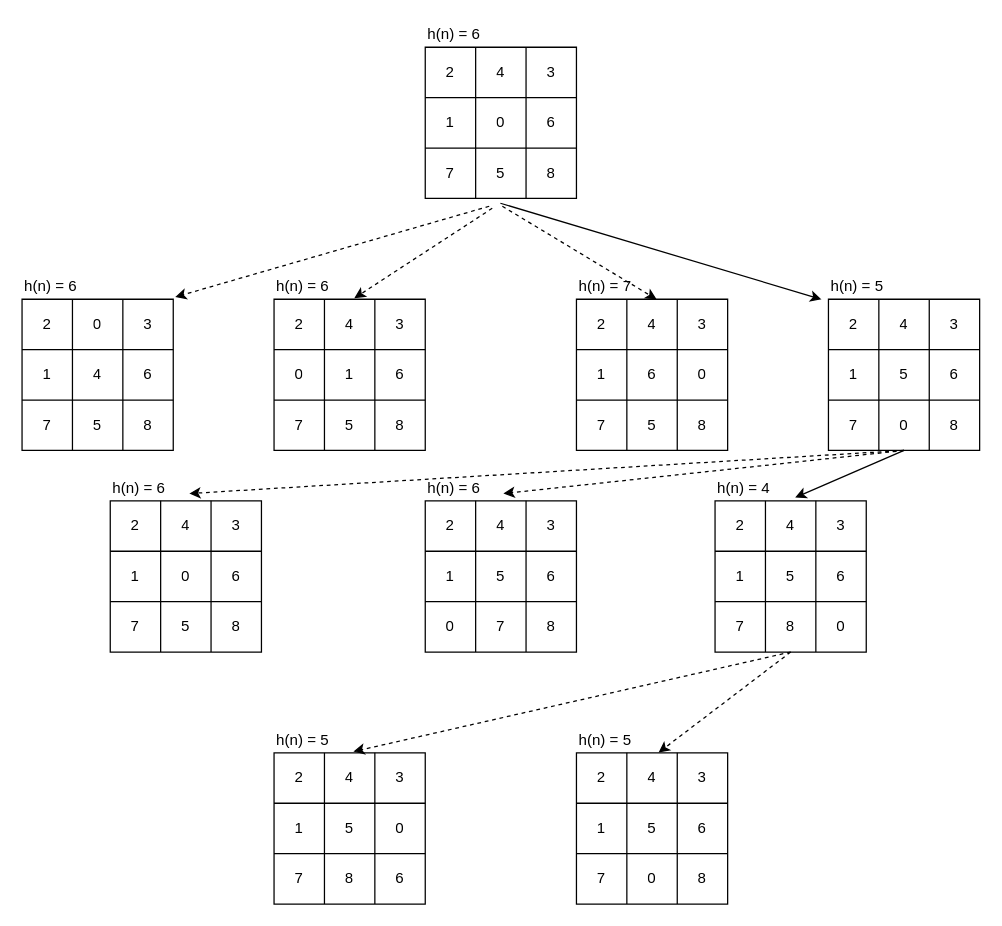
waterfog9580/8puzzle keeps this draw.io diagram as 8-puzzle-heuristic.drawio. Above is the earlier version. Source tidied: cells renumbered, new cells numbered last; positions are measured from the earlier drawing's top-left corner, leaving out a move shared by most shapes. Both pictures are drawn from the tidied source at 126%, with x=0, y=0 at pixel (21, 21).
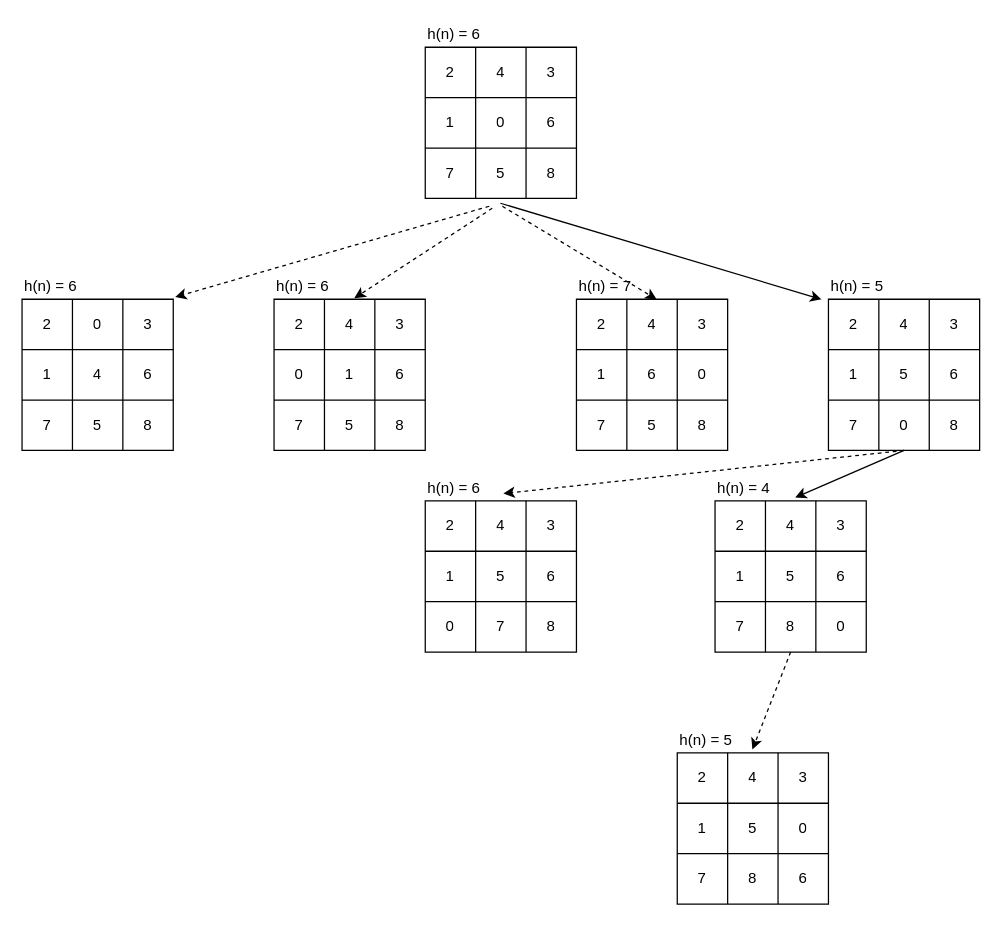
The same page after the edit.

Unchanged cells that the change refers to:
```xml
<mxCell id="147" style="shape=partialRectangle;html=1;whiteSpace=wrap;fillColor=none;top=0;left=0;bottom=0;right=0;points=[[0,0.5],[1,0.5]];portConstraint=eastwest;" parent="146" vertex="1">
  <mxGeometry width="120" height="40" as="geometry" />
</mxCell>
```

The edit, as a diff of the source:
```diff
@@
-    <mxCell id="96" style="group;" parent="1" vertex="1">
-      <mxGeometry x="70" y="360" width="120" height="140" as="geometry" />
-    </mxCell>
-    <mxCell id="97" value="h(n) = 6" style="text;html=1;strokeColor=none;fillColor=none;align=center;verticalAlign=middle;whiteSpace=wrap;rounded=0;" parent="96" vertex="1">
-      <mxGeometry width="46" height="20" as="geometry" />
-    </mxCell>
-    <mxCell id="98" style="shape=table;html=1;whiteSpace=wrap;startSize=0;childLayout=tableLayout;" parent="96" vertex="1">
-      <mxGeometry y="20" width="120" height="120" as="geometry" />
-    </mxCell>
-    <mxCell id="99" style="shape=partialRectangle;html=1;whiteSpace=wrap;fillColor=none;top=0;left=0;bottom=0;right=0;points=[[0,0.5],[1,0.5]];portConstraint=eastwest;" parent="98" vertex="1">
-      <mxGeometry width="120" height="40" as="geometry" />
-    </mxCell>
-    <mxCell id="100" value="2" style="shape=partialRectangle;html=1;whiteSpace=wrap;fillColor=none;top=0;left=0;bottom=0;right=0;overflow=hidden;" parent="99" vertex="1">
-      <mxGeometry width="40" height="40" as="geometry" />
-    </mxCell>
-    <mxCell id="101" value="4" style="shape=partialRectangle;html=1;whiteSpace=wrap;fillColor=none;top=0;left=0;bottom=0;right=0;overflow=hidden;" parent="99" vertex="1">
-      <mxGeometry x="40" width="40" height="40" as="geometry" />
-    </mxCell>
-    <mxCell id="102" value="3" style="shape=partialRectangle;html=1;whiteSpace=wrap;fillColor=none;top=0;left=0;bottom=0;right=0;overflow=hidden;" parent="99" vertex="1">
-      <mxGeometry x="80" width="40" height="40" as="geometry" />
-    </mxCell>
-    <mxCell id="103" style="shape=partialRectangle;html=1;whiteSpace=wrap;fillColor=none;top=0;left=0;bottom=0;right=0;" parent="98" vertex="1">
-      <mxGeometry y="40" width="120" height="40" as="geometry" />
-    </mxCell>
-    <mxCell id="104" value="1" style="shape=partialRectangle;html=1;whiteSpace=wrap;fillColor=none;top=0;left=0;bottom=0;right=0;overflow=hidden;" parent="103" vertex="1">
-      <mxGeometry width="40" height="40" as="geometry" />
-    </mxCell>
-    <mxCell id="105" value="0" style="shape=partialRectangle;html=1;whiteSpace=wrap;fillColor=none;top=0;left=0;bottom=0;right=0;overflow=hidden;" parent="103" vertex="1">
-      <mxGeometry x="40" width="40" height="40" as="geometry" />
-    </mxCell>
-    <mxCell id="106" value="6" style="shape=partialRectangle;html=1;whiteSpace=wrap;fillColor=none;top=0;left=0;bottom=0;right=0;overflow=hidden;" parent="103" vertex="1">
-      <mxGeometry x="80" width="40" height="40" as="geometry" />
-    </mxCell>
-    <mxCell id="107" style="shape=partialRectangle;html=1;whiteSpace=wrap;fillColor=none;top=0;left=0;bottom=0;right=0;" parent="98" vertex="1">
-      <mxGeometry y="80" width="120" height="40" as="geometry" />
-    </mxCell>
-    <mxCell id="108" value="7" style="shape=partialRectangle;html=1;whiteSpace=wrap;fillColor=none;top=0;left=0;bottom=0;right=0;overflow=hidden;" parent="107" vertex="1">
-      <mxGeometry width="40" height="40" as="geometry" />
-    </mxCell>
-    <mxCell id="109" value="5" style="shape=partialRectangle;html=1;whiteSpace=wrap;fillColor=none;top=0;left=0;bottom=0;right=0;overflow=hidden;" parent="107" vertex="1">
-      <mxGeometry x="40" width="40" height="40" as="geometry" />
-    </mxCell>
-    <mxCell id="110" value="8" style="shape=partialRectangle;html=1;whiteSpace=wrap;fillColor=none;top=0;left=0;bottom=0;right=0;overflow=hidden;" parent="107" vertex="1">
-      <mxGeometry x="80" width="40" height="40" as="geometry" />
-    </mxCell>
@@
-    <mxCell id="126" style="endArrow=classic;html=1;shadow=0;entryX=0.523;entryY=-0.145;entryDx=0;entryDy=0;entryPerimeter=0;dashed=1;" parent="1" edge="1" target="99">
-      <mxGeometry relative="1" as="geometry">
-        <mxPoint x="700" y="340" as="sourcePoint" />
-      </mxGeometry>
-    </mxCell>
@@
-    <mxCell id="129" style="group;" parent="1" vertex="1">
-      <mxGeometry x="440" y="560" width="120" height="140" as="geometry" />
-    </mxCell>
-    <mxCell id="130" value="h(n) = 5" style="text;html=1;strokeColor=none;fillColor=none;align=center;verticalAlign=middle;whiteSpace=wrap;rounded=0;" parent="129" vertex="1">
-      <mxGeometry width="46" height="20" as="geometry" />
-    </mxCell>
-    <mxCell id="131" style="shape=table;html=1;whiteSpace=wrap;startSize=0;childLayout=tableLayout;" parent="129" vertex="1">
-      <mxGeometry y="20" width="120" height="120" as="geometry" />
-    </mxCell>
-    <mxCell id="132" style="shape=partialRectangle;html=1;whiteSpace=wrap;fillColor=none;top=0;left=0;bottom=0;right=0;points=[[0,0.5],[1,0.5]];portConstraint=eastwest;" parent="131" vertex="1">
-      <mxGeometry width="120" height="40" as="geometry" />
-    </mxCell>
-    <mxCell id="133" value="2" style="shape=partialRectangle;html=1;whiteSpace=wrap;fillColor=none;top=0;left=0;bottom=0;right=0;overflow=hidden;" parent="132" vertex="1">
-      <mxGeometry width="40" height="40" as="geometry" />
-    </mxCell>
-    <mxCell id="134" value="4" style="shape=partialRectangle;html=1;whiteSpace=wrap;fillColor=none;top=0;left=0;bottom=0;right=0;overflow=hidden;" parent="132" vertex="1">
-      <mxGeometry x="40" width="40" height="40" as="geometry" />
-    </mxCell>
-    <mxCell id="135" value="3" style="shape=partialRectangle;html=1;whiteSpace=wrap;fillColor=none;top=0;left=0;bottom=0;right=0;overflow=hidden;" parent="132" vertex="1">
-      <mxGeometry x="80" width="40" height="40" as="geometry" />
-    </mxCell>
-    <mxCell id="136" style="shape=partialRectangle;html=1;whiteSpace=wrap;fillColor=none;top=0;left=0;bottom=0;right=0;" parent="131" vertex="1">
-      <mxGeometry y="40" width="120" height="40" as="geometry" />
-    </mxCell>
-    <mxCell id="137" value="1" style="shape=partialRectangle;html=1;whiteSpace=wrap;fillColor=none;top=0;left=0;bottom=0;right=0;overflow=hidden;" parent="136" vertex="1">
-      <mxGeometry width="40" height="40" as="geometry" />
-    </mxCell>
-    <mxCell id="138" value="5" style="shape=partialRectangle;html=1;whiteSpace=wrap;fillColor=none;top=0;left=0;bottom=0;right=0;overflow=hidden;" parent="136" vertex="1">
-      <mxGeometry x="40" width="40" height="40" as="geometry" />
-    </mxCell>
-    <mxCell id="139" value="6" style="shape=partialRectangle;html=1;whiteSpace=wrap;fillColor=none;top=0;left=0;bottom=0;right=0;overflow=hidden;" parent="136" vertex="1">
-      <mxGeometry x="80" width="40" height="40" as="geometry" />
-    </mxCell>
-    <mxCell id="140" style="shape=partialRectangle;html=1;whiteSpace=wrap;fillColor=none;top=0;left=0;bottom=0;right=0;" parent="131" vertex="1">
-      <mxGeometry y="80" width="120" height="40" as="geometry" />
-    </mxCell>
-    <mxCell id="141" value="7" style="shape=partialRectangle;html=1;whiteSpace=wrap;fillColor=none;top=0;left=0;bottom=0;right=0;overflow=hidden;" parent="140" vertex="1">
-      <mxGeometry width="40" height="40" as="geometry" />
-    </mxCell>
-    <mxCell id="142" value="0" style="shape=partialRectangle;html=1;whiteSpace=wrap;fillColor=none;top=0;left=0;bottom=0;right=0;overflow=hidden;" parent="140" vertex="1">
-      <mxGeometry x="40" width="40" height="40" as="geometry" />
-    </mxCell>
-    <mxCell id="143" value="8" style="shape=partialRectangle;html=1;whiteSpace=wrap;fillColor=none;top=0;left=0;bottom=0;right=0;overflow=hidden;" parent="140" vertex="1">
-      <mxGeometry x="80" width="40" height="40" as="geometry" />
-    </mxCell>
     <mxCell id="144" style="group;" parent="1" vertex="1">
-      <mxGeometry x="200" y="560" width="120" height="140" as="geometry" />
+      <mxGeometry x="520" y="560" width="120" height="140" as="geometry" />
     </mxCell>
@@
-    <mxCell id="159" style="endArrow=classic;html=1;shadow=0;dashed=1;" parent="1" edge="1">
+    <mxCell id="159" style="endArrow=classic;html=1;shadow=0;dashed=1;entryX=0.497;entryY=-0.065;entryDx=0;entryDy=0;entryPerimeter=0;" parent="1" edge="1" target="147">
       <mxGeometry relative="1" as="geometry">
         <mxPoint x="610" y="500" as="sourcePoint" />
-        <mxPoint x="263" y="579" as="targetPoint" />
       </mxGeometry>
     </mxCell>
-    <mxCell id="160" style="endArrow=classic;html=1;shadow=0;dashed=1;entryX=0.543;entryY=-0.005;entryDx=0;entryDy=0;entryPerimeter=0;" parent="1" edge="1" target="132">
-      <mxGeometry relative="1" as="geometry">
-        <mxPoint x="610" y="500" as="sourcePoint" />
-      </mxGeometry>
-    </mxCell>
```
